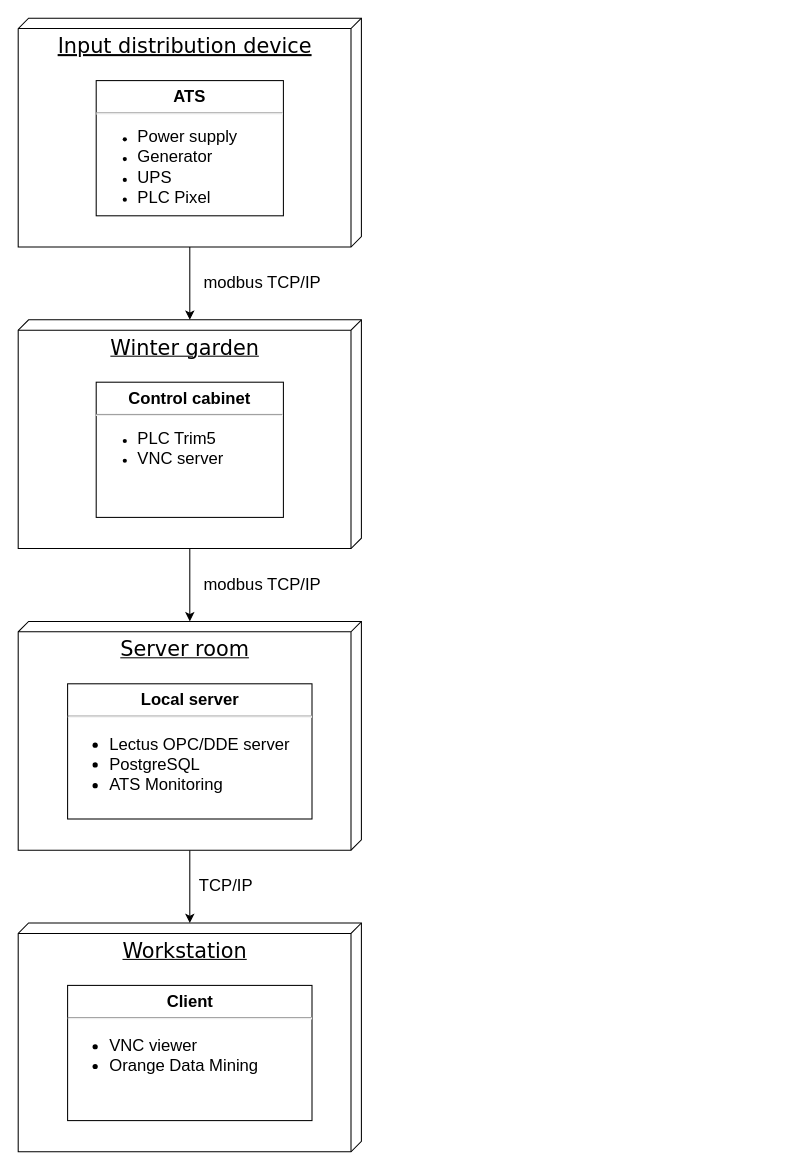
This is diagram ats-monitoring.drawio.xml from stepanov-denis/ats-monitoring, a draw.io file, before an edit. Source tidied: cells renumbered, new cells numbered last; positions are measured from the earlier drawing's top-left corner, leaving out a move shared by most shapes. Both pictures are drawn from the tidied source at 104%, with x=0, y=0 at pixel (18, 18).
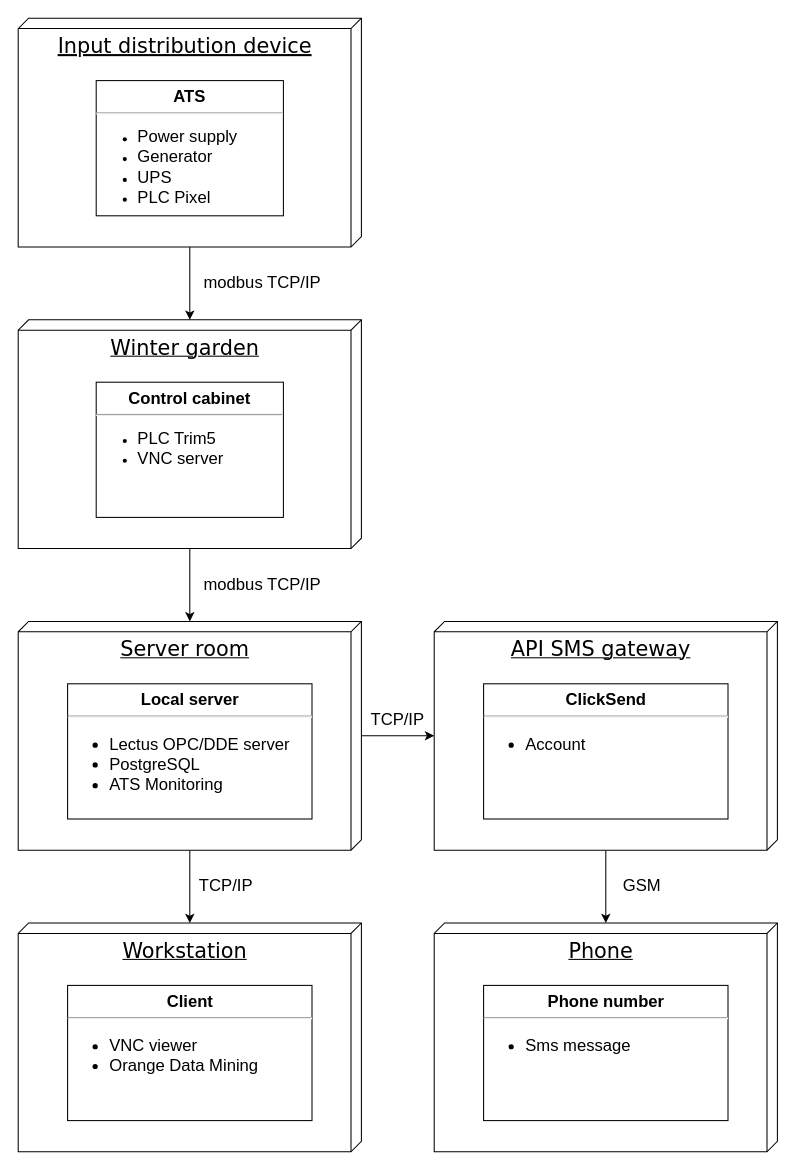
After the change.

Unchanged cells that the change refers to:
```xml
<mxCell id="10" value="&lt;font style=&quot;font-size: 20px&quot;&gt;Server room&lt;/font&gt;" style="verticalAlign=top;align=center;spacingTop=8;spacingLeft=2;spacingRight=12;shape=cube;size=10;direction=south;fontStyle=4;html=1;rounded=0;shadow=0;comic=0;labelBackgroundColor=none;strokeWidth=1;fontFamily=Verdana;fontSize=12;" parent="1" vertex="1">
  <mxGeometry y="580" width="330" height="220" as="geometry" />
</mxCell>
```

Change to the diagram source:
```diff
@@
+    <mxCell id="16" style="edgeStyle=orthogonalEdgeStyle;rounded=0;jettySize=auto;html=1;entryX=0.5;entryY=1;entryDx=0;entryDy=0;entryPerimeter=0;" parent="1" edge="1" source="10" target="18">
+      <mxGeometry relative="1" as="geometry" />
+    </mxCell>
@@
+    <mxCell id="17" style="edgeStyle=orthogonalEdgeStyle;rounded=0;jettySize=auto;html=1;fontSize=20;" parent="1" edge="1" source="18" target="20">
+      <mxGeometry relative="1" as="geometry" />
+    </mxCell>
+    <mxCell id="18" value="&lt;font style=&quot;font-size: 20px&quot;&gt;API SMS gateway&lt;/font&gt;" style="verticalAlign=top;align=center;spacingTop=8;spacingLeft=2;spacingRight=12;shape=cube;size=10;direction=south;fontStyle=4;html=1;rounded=0;shadow=0;comic=0;labelBackgroundColor=none;strokeWidth=1;fontFamily=Verdana;fontSize=12;" parent="1" vertex="1">
+      <mxGeometry x="400" y="580" width="330" height="220" as="geometry" />
+    </mxCell>
+    <mxCell id="19" value="&lt;p style=&quot;margin: 0px ; margin-top: 6px ; text-align: center&quot;&gt;&lt;b&gt;&lt;font size=&quot;1&quot;&gt;&lt;span style=&quot;font-size: 16px&quot;&gt;ClickSend&lt;br&gt;&lt;/span&gt;&lt;/font&gt;&lt;/b&gt;&lt;/p&gt;&lt;hr&gt;&lt;ul style=&quot;font-size: 16px&quot;&gt;&lt;li&gt;&lt;font style=&quot;font-size: 16px&quot;&gt;Account&lt;br&gt;&lt;/font&gt;&lt;/li&gt;&lt;/ul&gt;" style="align=left;overflow=fill;html=1;" parent="1" vertex="1">
+      <mxGeometry x="447.5" y="640" width="235" height="130" as="geometry" />
+    </mxCell>
+    <mxCell id="20" value="&lt;font style=&quot;font-size: 20px&quot;&gt;Phone&lt;/font&gt;" style="verticalAlign=top;align=center;spacingTop=8;spacingLeft=2;spacingRight=12;shape=cube;size=10;direction=south;fontStyle=4;html=1;rounded=0;shadow=0;comic=0;labelBackgroundColor=none;strokeWidth=1;fontFamily=Verdana;fontSize=12;" parent="1" vertex="1">
+      <mxGeometry x="400" y="870" width="330" height="220" as="geometry" />
+    </mxCell>
+    <mxCell id="21" value="&lt;p style=&quot;margin: 0px ; margin-top: 6px ; text-align: center&quot;&gt;&lt;b&gt;&lt;font size=&quot;1&quot;&gt;&lt;span style=&quot;font-size: 16px&quot;&gt;Phone number&lt;br&gt;&lt;/span&gt;&lt;/font&gt;&lt;/b&gt;&lt;/p&gt;&lt;hr&gt;&lt;ul style=&quot;font-size: 16px&quot;&gt;&lt;li&gt;&lt;font style=&quot;font-size: 16px&quot;&gt;Sms message&lt;br&gt;&lt;/font&gt;&lt;/li&gt;&lt;/ul&gt;" style="align=left;overflow=fill;html=1;" parent="1" vertex="1">
+      <mxGeometry x="447.5" y="930" width="235" height="130" as="geometry" />
+    </mxCell>
+    <mxCell id="22" value="TCP/IP" style="text;align=center;fontStyle=0;verticalAlign=middle;spacingLeft=3;spacingRight=3;strokeColor=none;fontSize=16;" parent="1" vertex="1">
+      <mxGeometry x="330" y="660" width="70" height="26" as="geometry" />
+    </mxCell>
+    <mxCell id="23" value="GSM" style="text;align=center;fontStyle=0;verticalAlign=middle;spacingLeft=3;spacingRight=3;strokeColor=none;fontSize=16;" parent="1" vertex="1">
+      <mxGeometry x="570" y="820" width="60" height="26" as="geometry" />
+    </mxCell>
```
